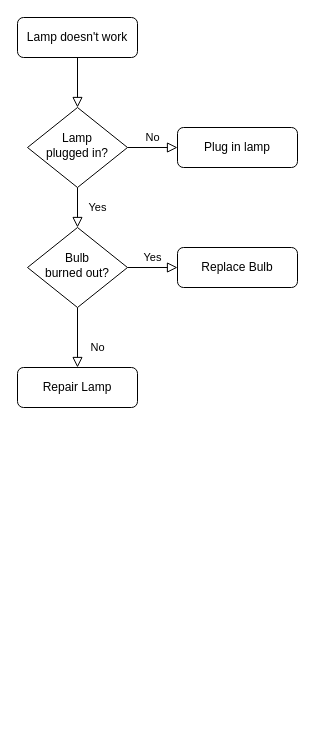
Above: 任务创建与下发.drawio in jeefs/mindGraph (draw.io), before the change. Source tidied: cells renumbered, new cells numbered last; positions are measured from the earlier drawing's top-left corner, leaving out a move shared by most shapes. Both pictures are drawn from the tidied source at 100%, with x=0, y=0 at pixel (17, 17).
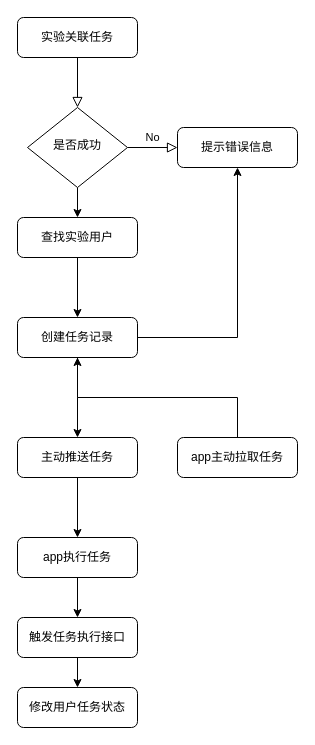
Above is the later version.

Commit message:
更新任务创建与下发.drawio

Change to the diagram source:
```diff
@@
-    <mxCell id="3" value="Lamp doesn't work" style="rounded=1;whiteSpace=wrap;html=1;fontSize=12;glass=0;strokeWidth=1;shadow=0;" parent="1" vertex="1">
+    <mxCell id="3" value="实验关联任务" style="rounded=1;whiteSpace=wrap;html=1;fontSize=12;glass=0;strokeWidth=1;shadow=0;" parent="1" vertex="1">
       <mxGeometry width="120" height="40" as="geometry" />
     </mxCell>
-    <mxCell id="4" value="Yes" style="rounded=0;html=1;jettySize=auto;fontSize=11;endArrow=block;endFill=0;endSize=8;strokeWidth=1;shadow=0;labelBackgroundColor=none;edgeStyle=orthogonalEdgeStyle;" parent="1" edge="1" source="6" target="10">
-      <mxGeometry y="20" relative="1" as="geometry" />
-    </mxCell>
@@
+    <mxCell id="13" style="edgeStyle=orthogonalEdgeStyle;rounded=0;jettySize=auto;html=1;" parent="1" edge="1" source="6" target="15">
+      <mxGeometry relative="1" as="geometry" />
+    </mxCell>
-    <mxCell id="6" value="Lamp&lt;br&gt;plugged in?" style="rhombus;whiteSpace=wrap;html=1;shadow=0;fontFamily=Helvetica;fontSize=12;align=center;strokeWidth=1;spacing=6;spacingTop=-4;" parent="1" vertex="1">
+    <mxCell id="6" value="是否成功" style="rhombus;whiteSpace=wrap;html=1;shadow=0;fontFamily=Helvetica;fontSize=12;align=center;strokeWidth=1;spacing=6;spacingTop=-4;" parent="1" vertex="1">
       <mxGeometry x="10" y="90" width="100" height="80" as="geometry" />
     </mxCell>
-    <mxCell id="7" value="Plug in lamp" style="rounded=1;whiteSpace=wrap;html=1;fontSize=12;glass=0;strokeWidth=1;shadow=0;" parent="1" vertex="1">
+    <mxCell id="7" value="提示错误信息" style="rounded=1;whiteSpace=wrap;html=1;fontSize=12;glass=0;strokeWidth=1;shadow=0;" parent="1" vertex="1">
       <mxGeometry x="160" y="110" width="120" height="40" as="geometry" />
     </mxCell>
-    <mxCell id="8" value="No" style="rounded=0;html=1;jettySize=auto;fontSize=11;endArrow=block;endFill=0;endSize=8;strokeWidth=1;shadow=0;labelBackgroundColor=none;edgeStyle=orthogonalEdgeStyle;" parent="1" edge="1" source="10" target="11">
-      <mxGeometry x="0.33" y="20" relative="1" as="geometry" />
-    </mxCell>
-    <mxCell id="9" value="Yes" style="edgeStyle=orthogonalEdgeStyle;rounded=0;html=1;jettySize=auto;fontSize=11;endArrow=block;endFill=0;endSize=8;strokeWidth=1;shadow=0;labelBackgroundColor=none;" parent="1" edge="1" source="10" target="12">
-      <mxGeometry y="10" relative="1" as="geometry" />
-    </mxCell>
-    <mxCell id="10" value="Bulb&lt;br&gt;burned out?" style="rhombus;whiteSpace=wrap;html=1;shadow=0;fontFamily=Helvetica;fontSize=12;align=center;strokeWidth=1;spacing=6;spacingTop=-4;" parent="1" vertex="1">
-      <mxGeometry x="10" y="210" width="100" height="80" as="geometry" />
-    </mxCell>
-    <mxCell id="11" value="Repair Lamp" style="rounded=1;whiteSpace=wrap;html=1;fontSize=12;glass=0;strokeWidth=1;shadow=0;" parent="1" vertex="1">
-      <mxGeometry y="350" width="120" height="40" as="geometry" />
-    </mxCell>
-    <mxCell id="12" value="Replace Bulb" style="rounded=1;whiteSpace=wrap;html=1;fontSize=12;glass=0;strokeWidth=1;shadow=0;" parent="1" vertex="1">
-      <mxGeometry x="160" y="230" width="120" height="40" as="geometry" />
-    </mxCell>
+    <mxCell id="14" style="edgeStyle=orthogonalEdgeStyle;rounded=0;jettySize=auto;html=1;" parent="1" edge="1" source="15" target="17">
+      <mxGeometry relative="1" as="geometry" />
+    </mxCell>
+    <mxCell id="15" value="查找实验用户" style="rounded=1;whiteSpace=wrap;html=1;fontSize=12;glass=0;strokeWidth=1;shadow=0;" parent="1" vertex="1">
+      <mxGeometry y="200" width="120" height="40" as="geometry" />
+    </mxCell>
+    <mxCell id="16" style="edgeStyle=orthogonalEdgeStyle;rounded=0;jettySize=auto;html=1;" parent="1" edge="1" source="17">
+      <mxGeometry relative="1" as="geometry">
+        <mxPoint x="60" y="420" as="targetPoint" />
+      </mxGeometry>
+    </mxCell>
+    <mxCell id="17" value="创建任务记录" style="rounded=1;whiteSpace=wrap;html=1;fontSize=12;glass=0;strokeWidth=1;shadow=0;" parent="1" vertex="1">
+      <mxGeometry y="300" width="120" height="40" as="geometry" />
+    </mxCell>
+    <mxCell id="18" style="endArrow=classic;html=1;rounded=0;entryX=0.5;entryY=1;entryDx=0;entryDy=0;" parent="1" edge="1" target="7">
+      <mxGeometry relative="1" as="geometry">
+        <mxPoint x="120" y="320" as="sourcePoint" />
+        <Array as="points">
+          <mxPoint x="220" y="320" />
+        </Array>
+      </mxGeometry>
+    </mxCell>
+    <mxCell id="19" style="edgeStyle=orthogonalEdgeStyle;rounded=0;jettySize=auto;html=1;" parent="1" edge="1" source="20" target="22">
+      <mxGeometry relative="1" as="geometry" />
+    </mxCell>
+    <mxCell id="20" value="主动推送任务" style="rounded=1;whiteSpace=wrap;html=1;fontSize=12;glass=0;strokeWidth=1;shadow=0;" parent="1" vertex="1">
+      <mxGeometry y="420" width="120" height="40" as="geometry" />
+    </mxCell>
+    <mxCell id="21" style="edgeStyle=orthogonalEdgeStyle;rounded=0;jettySize=auto;html=1;" parent="1" edge="1" source="22" target="24">
+      <mxGeometry relative="1" as="geometry" />
+    </mxCell>
+    <mxCell id="22" value="app执行任务" style="rounded=1;whiteSpace=wrap;html=1;fontSize=12;glass=0;strokeWidth=1;shadow=0;" parent="1" vertex="1">
+      <mxGeometry y="520" width="120" height="40" as="geometry" />
+    </mxCell>
+    <mxCell id="23" style="edgeStyle=orthogonalEdgeStyle;rounded=0;jettySize=auto;html=1;" parent="1" edge="1" source="24" target="25">
+      <mxGeometry relative="1" as="geometry" />
+    </mxCell>
+    <mxCell id="24" value="触发任务执行接口" style="rounded=1;whiteSpace=wrap;html=1;fontSize=12;glass=0;strokeWidth=1;shadow=0;" parent="1" vertex="1">
+      <mxGeometry y="600" width="120" height="40" as="geometry" />
+    </mxCell>
+    <mxCell id="25" value="修改用户任务状态" style="rounded=1;whiteSpace=wrap;html=1;fontSize=12;glass=0;strokeWidth=1;shadow=0;" parent="1" vertex="1">
+      <mxGeometry y="670" width="120" height="40" as="geometry" />
+    </mxCell>
+    <mxCell id="26" value="app主动拉取任务" style="rounded=1;whiteSpace=wrap;html=1;fontSize=12;glass=0;strokeWidth=1;shadow=0;" parent="1" vertex="1">
+      <mxGeometry x="160" y="420" width="120" height="40" as="geometry" />
+    </mxCell>
+    <mxCell id="27" style="endArrow=classic;html=1;rounded=0;entryX=0.5;entryY=1;entryDx=0;entryDy=0;" parent="1" edge="1" target="17">
+      <mxGeometry relative="1" as="geometry">
+        <mxPoint x="220" y="420" as="sourcePoint" />
+        <Array as="points">
+          <mxPoint x="220" y="380" />
+          <mxPoint x="60" y="380" />
+        </Array>
+      </mxGeometry>
+    </mxCell>
```
